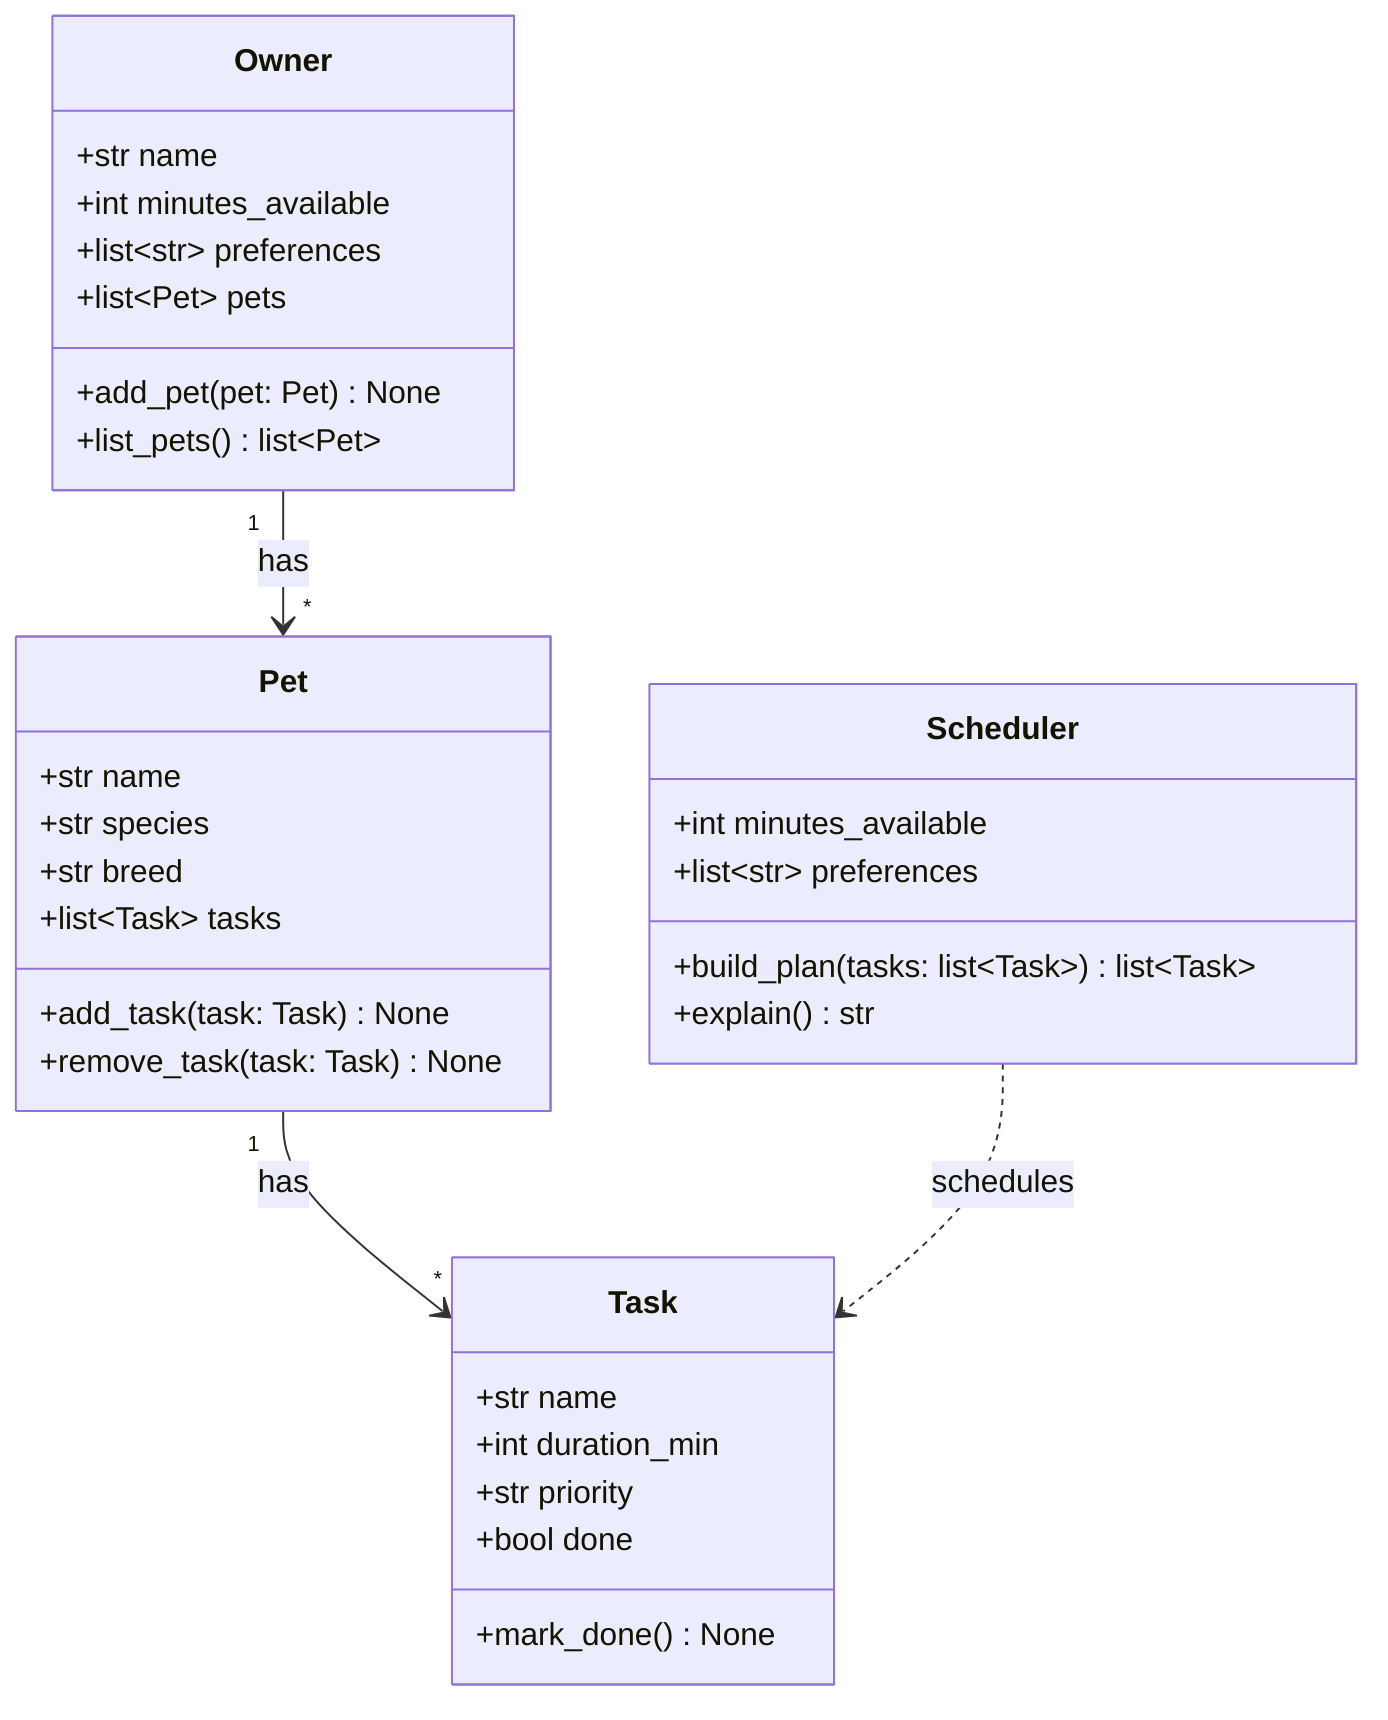
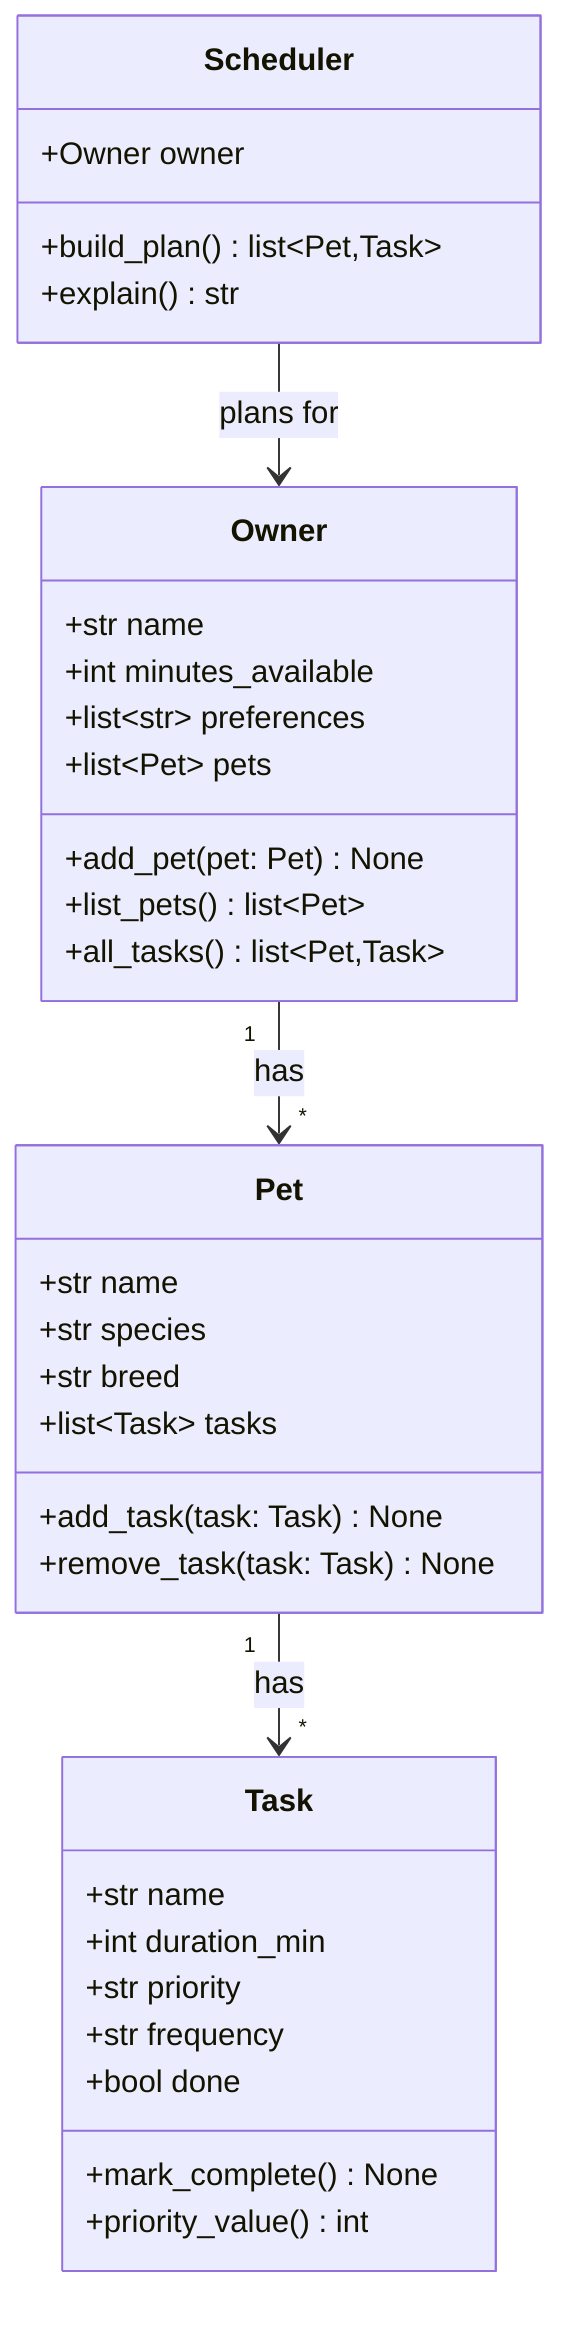
classDiagram
    %% PawPal+ class diagram (Phase 1 draft — update in Phase 6 to match implementation)

    class Owner {
        +str name
        +int minutes_available
        +list~str~ preferences
        +list~Pet~ pets
        +add_pet(pet: Pet) None
        +list_pets() list~Pet~
+         +all_tasks() list~Pet,Task~
    }

    class Pet {
        +str name
        +str species
        +str breed
        +list~Task~ tasks
        +add_task(task: Task) None
        +remove_task(task: Task) None
    }

    class Task {
        +str name
        +int duration_min
        +str priority
+         +str frequency
        +bool done
-         +mark_done() None
+         +mark_complete() None
+         +priority_value() int
    }

    class Scheduler {
-         +int minutes_available
-         +list~str~ preferences
-         +build_plan(tasks: list~Task~) list~Task~
+         +Owner owner
+         +build_plan() list~Pet,Task~
        +explain() str
    }

    Owner "1" --> "*" Pet : has
    Pet "1" --> "*" Task : has
-     Scheduler ..> Task : schedules
+     Scheduler --> Owner : plans for
